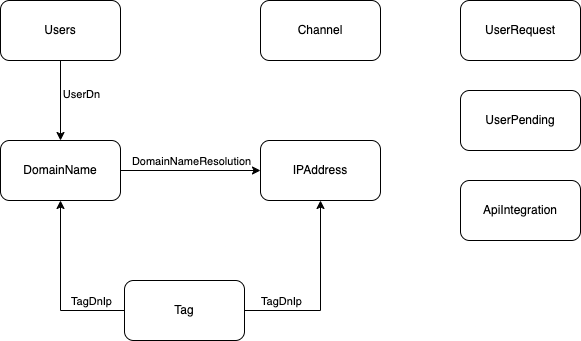
Above: static/screenshots/ArangoDB_PassiveDNS.drawio.png in passivedns/PassiveDNS.github.io (draw.io), before the change. Source tidied: cells renumbered, new cells last; positions are measured from the earlier drawing's top-left corner, leaving out a move shared by most shapes.
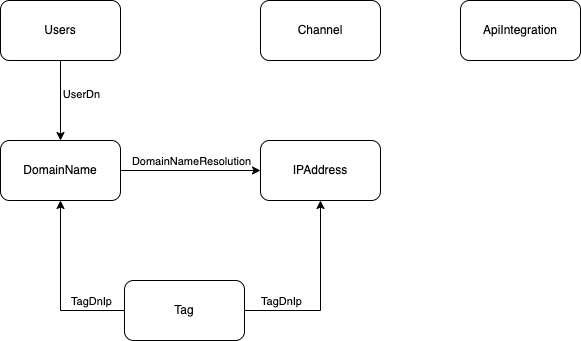
After the commit.

What changed in the source:
```diff
@@ -49,14 +49,8 @@
     <mxCell id="14" value="Tag" style="rounded=1;whiteSpace=wrap;html=1;" parent="1" vertex="1">
       <mxGeometry x="124" y="280" width="120" height="60" as="geometry" />
     </mxCell>
-    <mxCell id="15" value="UserRequest" style="rounded=1;whiteSpace=wrap;html=1;" parent="1" vertex="1">
-      <mxGeometry x="460" width="120" height="60" as="geometry" />
-    </mxCell>
-    <mxCell id="16" value="UserPending" style="rounded=1;whiteSpace=wrap;html=1;" parent="1" vertex="1">
-      <mxGeometry x="460" y="90" width="120" height="60" as="geometry" />
-    </mxCell>
     <mxCell id="17" value="ApiIntegration" style="rounded=1;whiteSpace=wrap;html=1;" parent="1" vertex="1">
-      <mxGeometry x="460" y="180" width="120" height="60" as="geometry" />
+      <mxGeometry x="460" width="120" height="60" as="geometry" />
     </mxCell>
   </root>
 </mxGraphModel>
```
